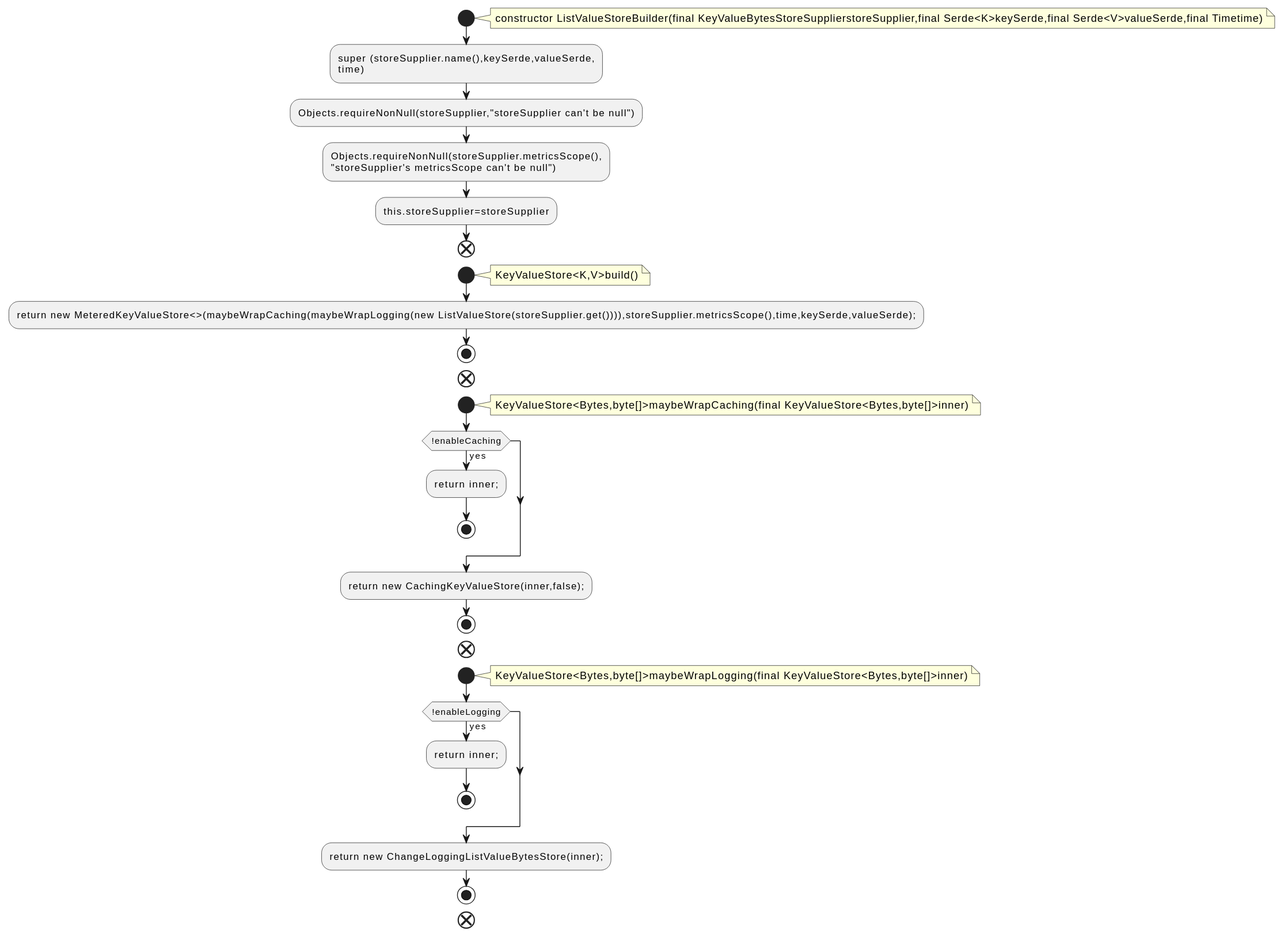
qualitesys/kafka keeps this PlantUML diagram as docs/qc/streams/src/main/java/org/apache/kafka/streams/state/internals/ListValueStoreBuilder.java.fct.svg. Above is the earlier version.
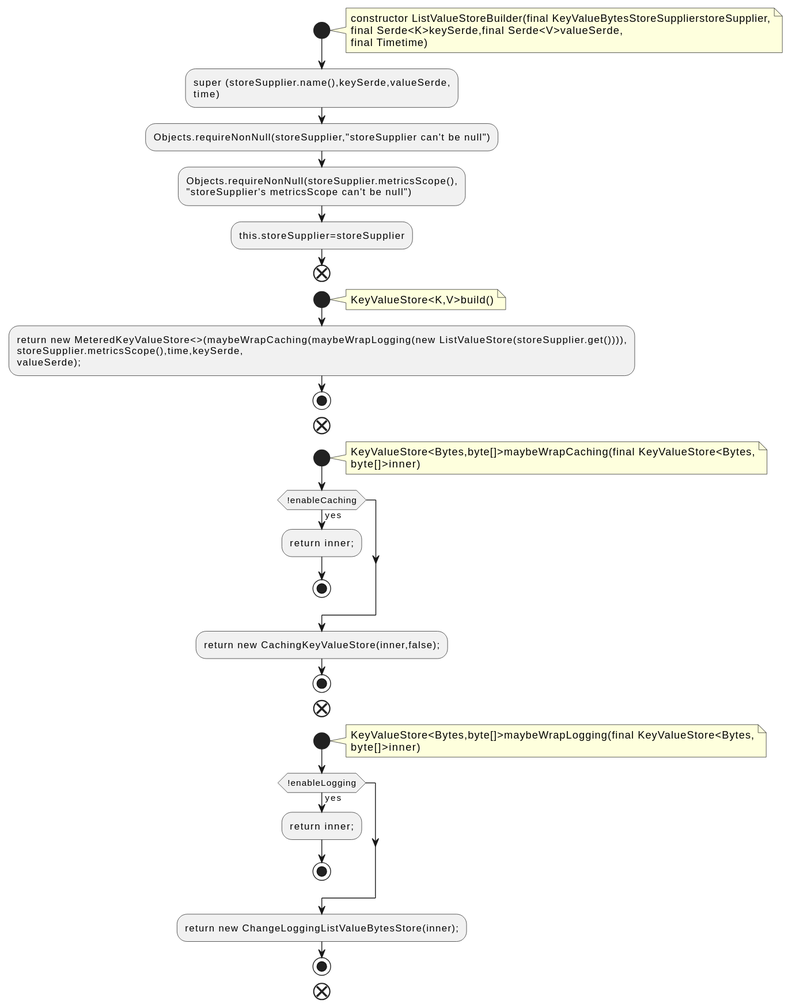
After the change.

Diff of the diagram source:
```diff
@@ -2,7 +2,9 @@
 !pragma layout smetana
 start
 note right
-constructor ListValueStoreBuilder(final KeyValueBytesStoreSupplierstoreSupplier,final Serde<K>keySerde,final Serde<V>valueSerde,final Timetime)
+constructor ListValueStoreBuilder(final KeyValueBytesStoreSupplierstoreSupplier,
+final Serde<K>keySerde,final Serde<V>valueSerde,
+final Timetime)
 end note
 :super (storeSupplier.name(),keySerde,valueSerde,
 time);
@@ -15,12 +17,15 @@
 note right
 KeyValueStore<K,V>build()
 end note
-:return new MeteredKeyValueStore<>(maybeWrapCaching(maybeWrapLogging(new ListValueStore(storeSupplier.get()))),storeSupplier.metricsScope(),time,keySerde,valueSerde);;
+:return new MeteredKeyValueStore<>(maybeWrapCaching(maybeWrapLogging(new ListValueStore(storeSupplier.get()))),
+storeSupplier.metricsScope(),time,keySerde,
+valueSerde);;
 stop
 end
 start
 note right
-KeyValueStore<Bytes,byte[]>maybeWrapCaching(final KeyValueStore<Bytes,byte[]>inner)
+KeyValueStore<Bytes,byte[]>maybeWrapCaching(final KeyValueStore<Bytes,
+byte[]>inner)
 end note
 if (!enableCaching) then (yes)
 :return inner;;
@@ -31,7 +36,8 @@
 end
 start
 note right
-KeyValueStore<Bytes,byte[]>maybeWrapLogging(final KeyValueStore<Bytes,byte[]>inner)
+KeyValueStore<Bytes,byte[]>maybeWrapLogging(final KeyValueStore<Bytes,
+byte[]>inner)
 end note
 if (!enableLogging) then (yes)
 :return inner;;
```
